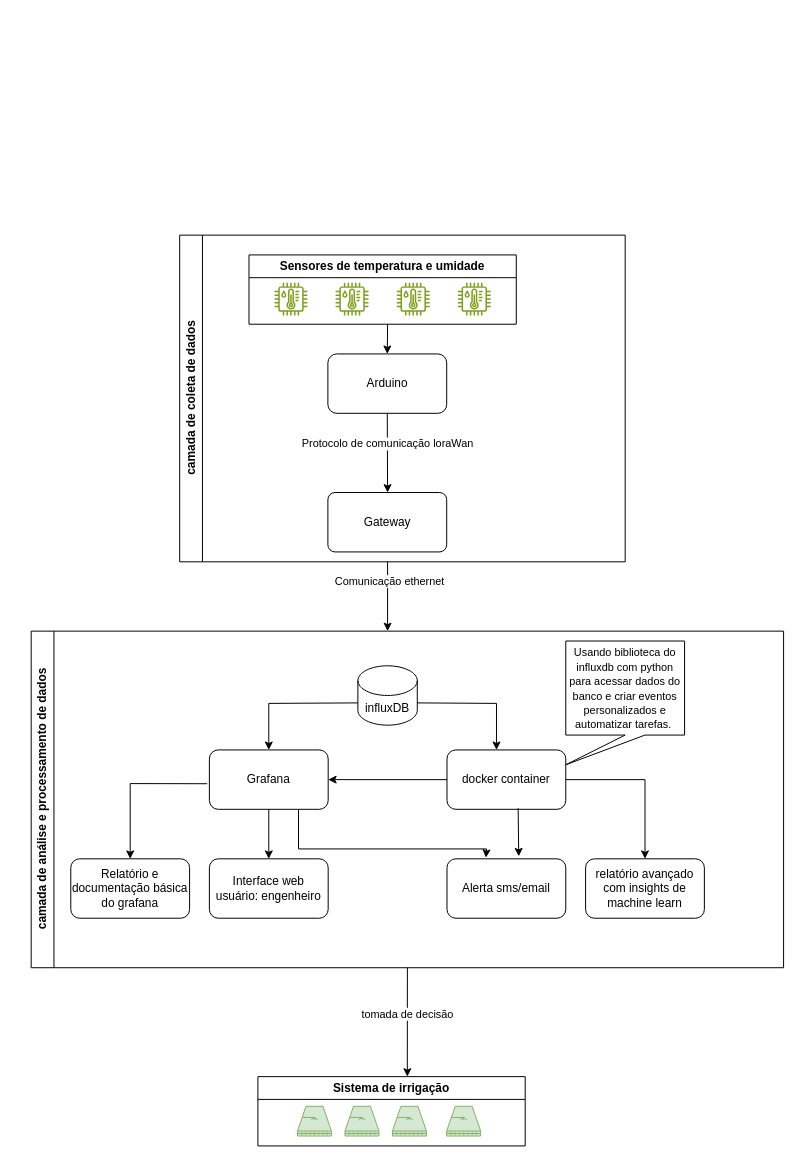
The draw.io diagram Diagrama sem nome.drawio in gabaleus/teste, before the edit. Source tidied: cells renumbered, new cells numbered last; positions are measured from the earlier drawing's top-left corner, leaving out a move shared by most shapes. Both pictures are drawn from the tidied source at 99%, with x=0, y=0 at pixel (31, 235).
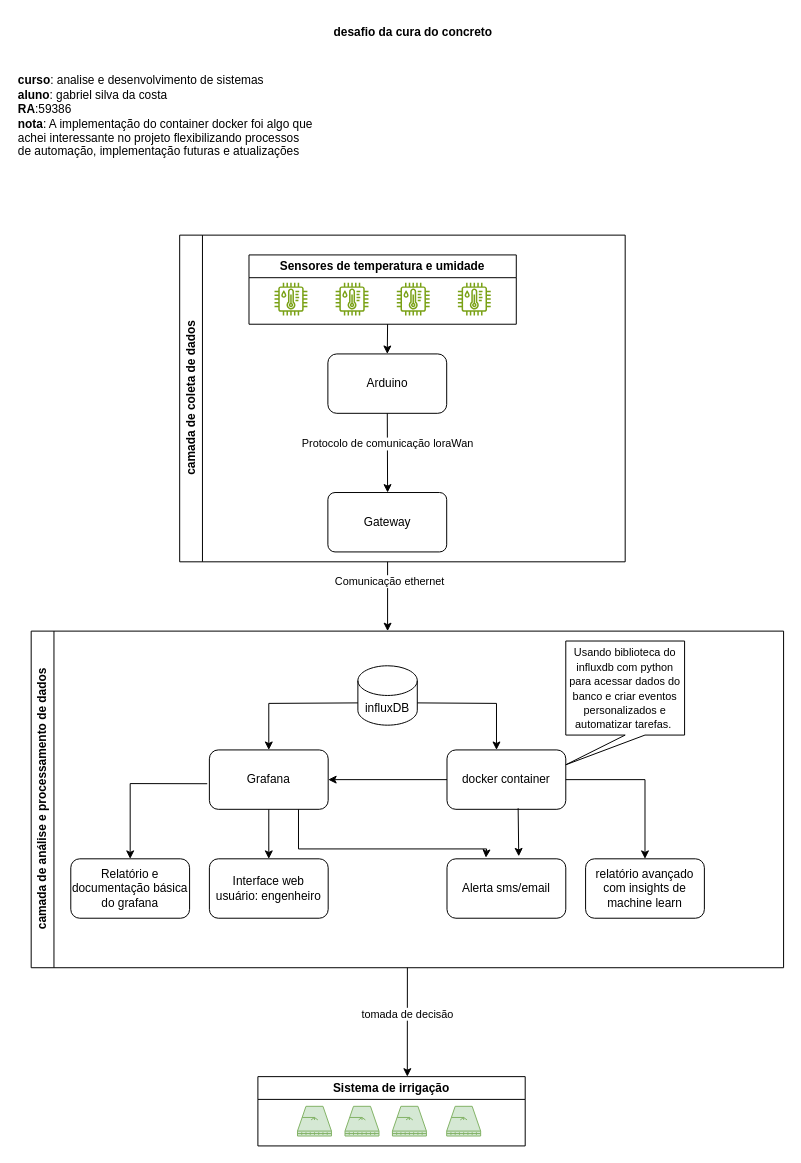
Above is the later version.

Commit message:
desenho-finalizado

Change to the diagram source:
```diff
@@
+    <mxCell id="41" value="&lt;b&gt;desafio da cura do concreto&lt;/b&gt;" style="text;html=1;align=center;verticalAlign=middle;whiteSpace=wrap;rounded=0;" parent="1" vertex="1">
+      <mxGeometry x="273" y="-220" width="226" height="30" as="geometry" />
+    </mxCell>
+    <mxCell id="42" value="&lt;div style=&quot;text-align: left;&quot;&gt;&lt;font&gt;&lt;b style=&quot;background-color: transparent; color: light-dark(rgb(0, 0, 0), rgb(255, 255, 255));&quot;&gt;curso&lt;/b&gt;&lt;span style=&quot;background-color: transparent; color: light-dark(rgb(0, 0, 0), rgb(255, 255, 255));&quot;&gt;: analise e desenvolvimento de sistemas&amp;nbsp;&lt;/span&gt;&lt;/font&gt;&lt;/div&gt;&lt;div style=&quot;text-align: left;&quot;&gt;&lt;font&gt;&lt;b style=&quot;&quot;&gt;aluno&lt;/b&gt;&lt;span style=&quot;&quot;&gt;: gabriel silva da costa&lt;/span&gt;&lt;/font&gt;&lt;/div&gt;&lt;div style=&quot;text-align: left;&quot;&gt;&lt;font&gt;&lt;b style=&quot;background-color: transparent; color: light-dark(rgb(0, 0, 0), rgb(255, 255, 255));&quot;&gt;RA&lt;/b&gt;&lt;span style=&quot;background-color: transparent; color: light-dark(rgb(0, 0, 0), rgb(255, 255, 255));&quot;&gt;:&lt;/span&gt;&lt;span style=&quot;background-color: transparent; color: light-dark(rgb(0, 0, 0), rgb(255, 255, 255)); font-family: Arial;&quot;&gt;59386&lt;/span&gt;&lt;/font&gt;&lt;/div&gt;&lt;div style=&quot;text-align: left;&quot;&gt;&lt;font&gt;&lt;b style=&quot;&quot;&gt;nota&lt;/b&gt;: A implementação do container docker foi algo que achei interessante no projeto flexibilizando processos de automação, implementação futuras e atualizações&lt;/font&gt;&lt;span style=&quot;color: light-dark(rgb(0, 0, 0), rgb(255, 255, 255)); background-color: transparent; font-family: Arial;&quot;&gt;&lt;/span&gt;&lt;/div&gt;" style="text;html=1;align=center;verticalAlign=middle;whiteSpace=wrap;rounded=0;" parent="1" vertex="1">
+      <mxGeometry x="-14" y="-200" width="300" height="160" as="geometry" />
+    </mxCell>
```
